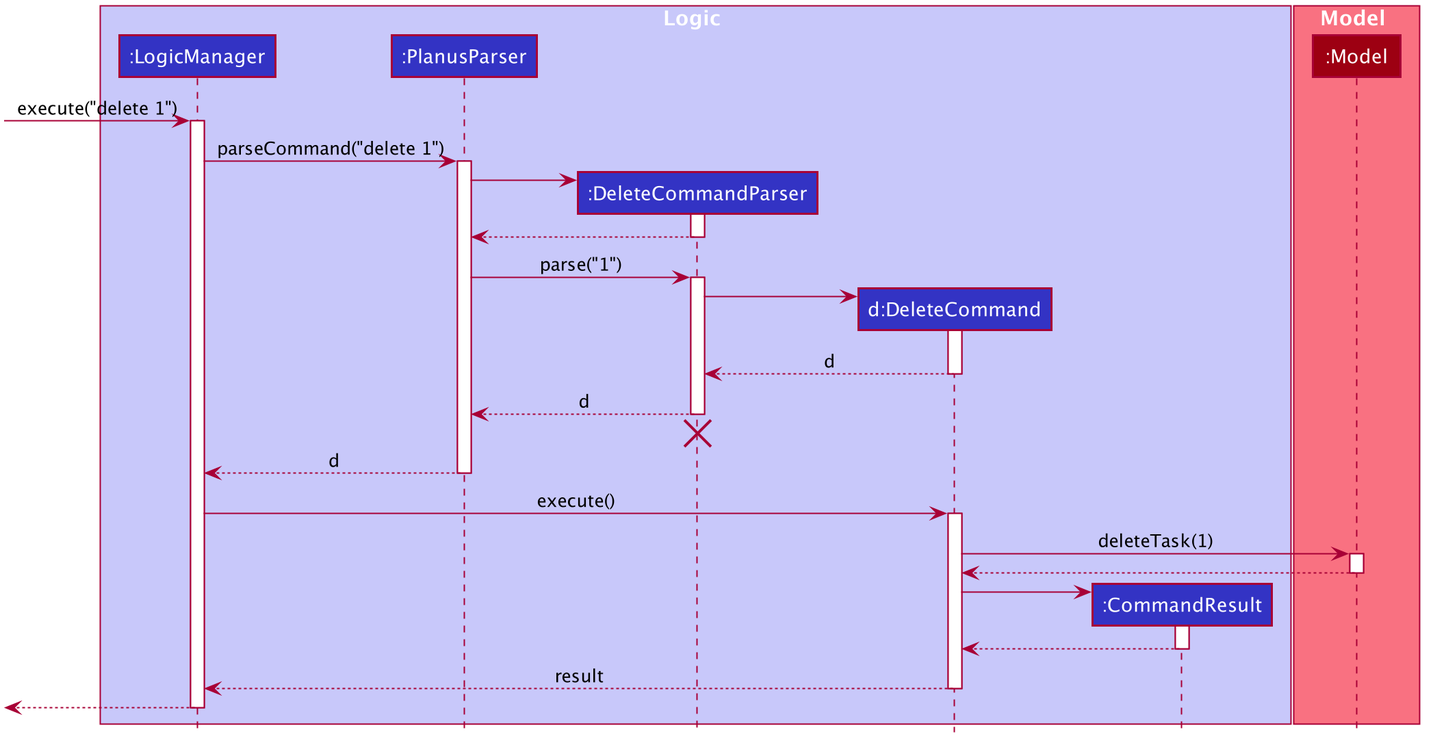
Above: docs/images/DeleteSequenceDiagram.png in nus-cs2103-AY2021S1/tp (PlantUML), before the change.
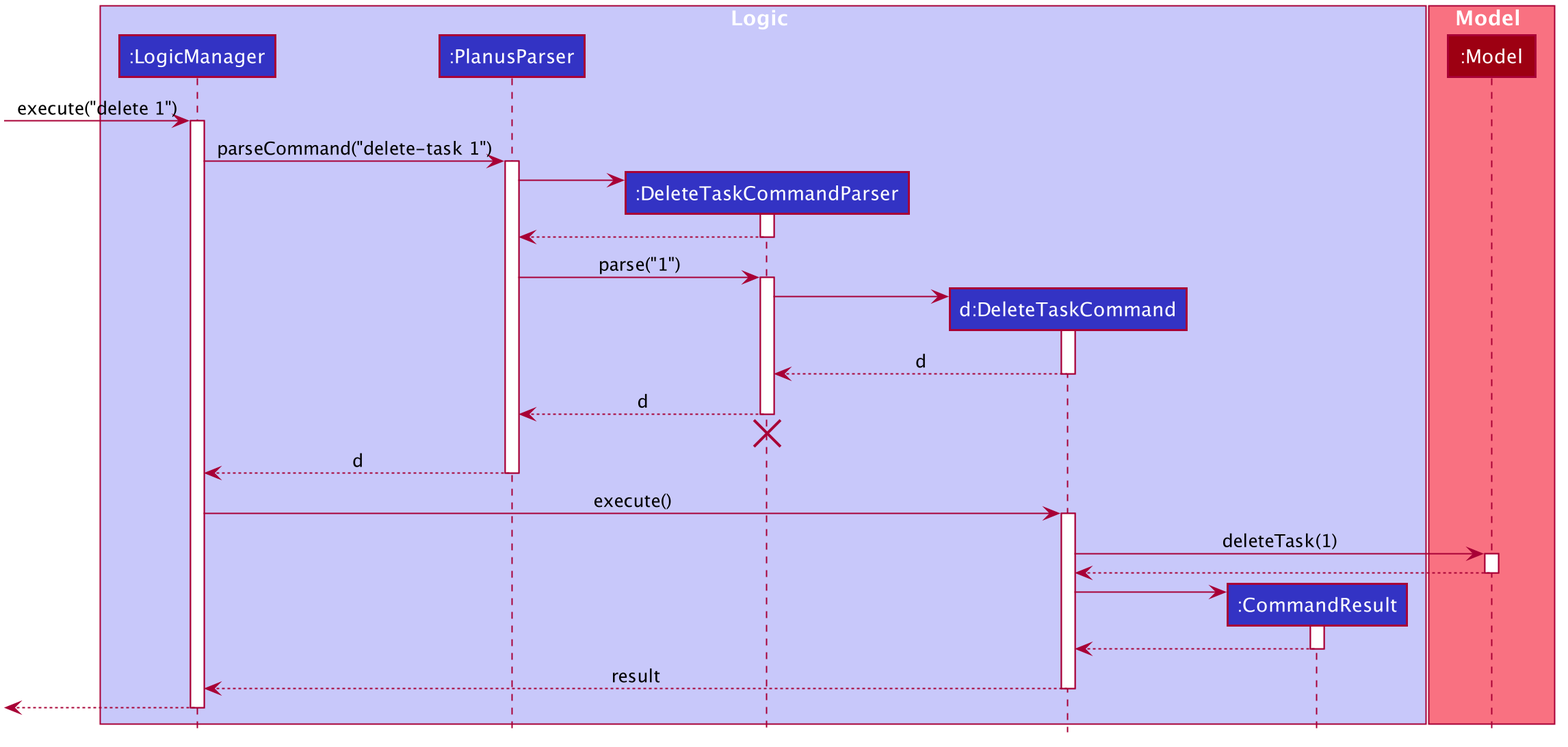
Above is the later version.

Change to the diagram source:
```diff
@@ -51,8 +51,8 @@
 box Logic #C8C8FA
 participant ":LogicManager" as LogicManager #3333C4
 participant ":PlanusParser" as PlanusParser #3333C4
-participant ":DeleteCommandParser" as DeleteCommandParser #3333C4
-participant "d:DeleteCommand" as DeleteCommand #3333C4
+participant ":DeleteTaskCommandParser" as DeleteTaskCommandParser #3333C4
+participant "d:DeleteTaskCommand" as DeleteTaskCommand #3333C4
 participant ":CommandResult" as CommandResult #3333C4
 end box
 
@@ -63,52 +63,52 @@
 [-> LogicManager : execute("delete 1")
 activate LogicManager
 
-LogicManager -> PlanusParser : parseCommand("delete 1")
+LogicManager -> PlanusParser : parseCommand("delete-task 1")
 activate PlanusParser
 
-create DeleteCommandParser
-PlanusParser -> DeleteCommandParser
-activate DeleteCommandParser
+create DeleteTaskCommandParser
+PlanusParser -> DeleteTaskCommandParser
+activate DeleteTaskCommandParser
 
-DeleteCommandParser --> PlanusParser
-deactivate DeleteCommandParser
+DeleteTaskCommandParser --> PlanusParser
+deactivate DeleteTaskCommandParser
 
-PlanusParser -> DeleteCommandParser : parse("1")
-activate DeleteCommandParser
+PlanusParser -> DeleteTaskCommandParser : parse("1")
+activate DeleteTaskCommandParser
 
-create DeleteCommand
-DeleteCommandParser -> DeleteCommand
-activate DeleteCommand
+create DeleteTaskCommand
+DeleteTaskCommandParser -> DeleteTaskCommand
+activate DeleteTaskCommand
 
-DeleteCommand --> DeleteCommandParser : d
-deactivate DeleteCommand
+DeleteTaskCommand --> DeleteTaskCommandParser : d
+deactivate DeleteTaskCommand
 
-DeleteCommandParser --> PlanusParser : d
-deactivate DeleteCommandParser
-DeleteCommandParser -[hidden]-> PlanusParser
-destroy DeleteCommandParser
+DeleteTaskCommandParser --> PlanusParser : d
+deactivate DeleteTaskCommandParser
+DeleteTaskCommandParser -[hidden]-> PlanusParser
+destroy DeleteTaskCommandParser
 
 PlanusParser --> LogicManager : d
 deactivate PlanusParser
 
-LogicManager -> DeleteCommand : execute()
-activate DeleteCommand
+LogicManager -> DeleteTaskCommand : execute()
+activate DeleteTaskCommand
 
-DeleteCommand -> Model : deleteTask(1)
+DeleteTaskCommand -> Model : deleteTask(1)
 activate Model
 
-Model --> DeleteCommand
+Model --> DeleteTaskCommand
 deactivate Model
 
 create CommandResult
-DeleteCommand -> CommandResult
+DeleteTaskCommand -> CommandResult
 activate CommandResult
 
-CommandResult --> DeleteCommand
+CommandResult --> DeleteTaskCommand
 deactivate CommandResult
 
-DeleteCommand --> LogicManager : result
-deactivate DeleteCommand
+DeleteTaskCommand --> LogicManager : result
+deactivate DeleteTaskCommand
 
 [<--LogicManager
 deactivate LogicManager
```
